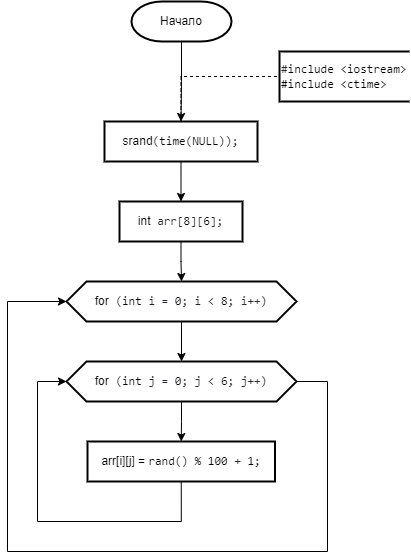
Earlier version of the draw.io export 2 Семестр/Labs/5 Лаба(Двумерные массивы)/Двумерные массивы.png (IlyaFedoseev227/LABS-PNRPU-IVT-22-1b). Source tidied: cells renumbered, new cells last; positions are measured from the earlier drawing's top-left corner, leaving out a move shared by most shapes.
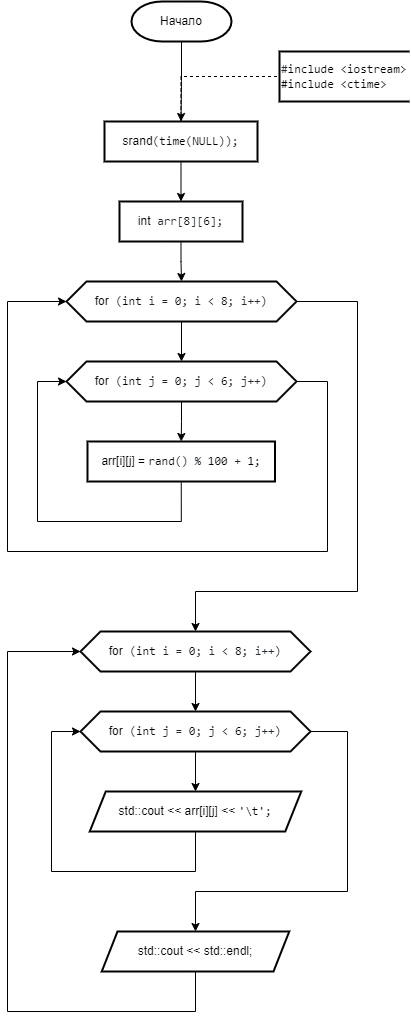
The same diagram one commit later.

Diff of the diagram source:
```diff
@@ -29,6 +29,15 @@
     <mxCell id="10" style="edgeStyle=orthogonalEdgeStyle;rounded=0;jettySize=auto;html=1;exitX=0.5;exitY=1;exitDx=0;exitDy=0;" parent="1" edge="1" source="11" target="14">
       <mxGeometry relative="1" as="geometry" />
     </mxCell>
+    <mxCell id="17" style="edgeStyle=orthogonalEdgeStyle;rounded=0;jettySize=auto;html=1;exitX=1;exitY=0.5;exitDx=0;exitDy=0;entryX=0.5;entryY=0;entryDx=0;entryDy=0;" parent="1" edge="1" source="11" target="19">
+      <mxGeometry relative="1" as="geometry">
+        <Array as="points">
+          <mxPoint x="350" y="300" />
+          <mxPoint x="350" y="590" />
+          <mxPoint x="188" y="590" />
+        </Array>
+      </mxGeometry>
+    </mxCell>
     <mxCell id="11" value="&lt;div style=&quot;text-align: start;&quot;&gt;for&lt;span style=&quot;color: rgb(36, 41, 47); font-family: ui-monospace, SFMono-Regular, &amp;quot;SF Mono&amp;quot;, Menlo, Consolas, &amp;quot;Liberation Mono&amp;quot;, monospace; background-color: rgb(255, 255, 255);&quot;&gt; (&lt;/span&gt;&lt;span style=&quot;box-sizing: border-box; color: var(--color-prettylights-syntax-keyword); font-family: ui-monospace, SFMono-Regular, &amp;quot;SF Mono&amp;quot;, Menlo, Consolas, &amp;quot;Liberation Mono&amp;quot;, monospace; background-color: rgb(255, 255, 255);&quot; class=&quot;pl-k&quot;&gt;int&lt;/span&gt;&lt;span style=&quot;color: rgb(36, 41, 47); font-family: ui-monospace, SFMono-Regular, &amp;quot;SF Mono&amp;quot;, Menlo, Consolas, &amp;quot;Liberation Mono&amp;quot;, monospace; background-color: rgb(255, 255, 255);&quot;&gt; i = &lt;/span&gt;&lt;span style=&quot;box-sizing: border-box; color: var(--color-prettylights-syntax-constant); font-family: ui-monospace, SFMono-Regular, &amp;quot;SF Mono&amp;quot;, Menlo, Consolas, &amp;quot;Liberation Mono&amp;quot;, monospace; background-color: rgb(255, 255, 255);&quot; class=&quot;pl-c1&quot;&gt;0&lt;/span&gt;&lt;span style=&quot;color: rgb(36, 41, 47); font-family: ui-monospace, SFMono-Regular, &amp;quot;SF Mono&amp;quot;, Menlo, Consolas, &amp;quot;Liberation Mono&amp;quot;, monospace; background-color: rgb(255, 255, 255);&quot;&gt;; i &amp;lt; &lt;/span&gt;&lt;span style=&quot;box-sizing: border-box; color: var(--color-prettylights-syntax-constant); font-family: ui-monospace, SFMono-Regular, &amp;quot;SF Mono&amp;quot;, Menlo, Consolas, &amp;quot;Liberation Mono&amp;quot;, monospace; background-color: rgb(255, 255, 255);&quot; class=&quot;pl-c1&quot;&gt;8&lt;/span&gt;&lt;span style=&quot;color: rgb(36, 41, 47); font-family: ui-monospace, SFMono-Regular, &amp;quot;SF Mono&amp;quot;, Menlo, Consolas, &amp;quot;Liberation Mono&amp;quot;, monospace; background-color: rgb(255, 255, 255);&quot;&gt;; i++)&lt;/span&gt;&lt;br&gt;&lt;/div&gt;" style="shape=hexagon;perimeter=hexagonPerimeter2;whiteSpace=wrap;html=1;fixedSize=1;strokeWidth=2;" parent="1" vertex="1">
       <mxGeometry x="59" y="280" width="230" height="40" as="geometry" />
     </mxCell>
@@ -60,5 +69,50 @@
     <mxCell id="16" value="&lt;div style=&quot;text-align: start;&quot;&gt;arr[i][j] = &lt;span style=&quot;box-sizing: border-box; color: var(--color-prettylights-syntax-constant); font-family: ui-monospace, SFMono-Regular, &amp;quot;SF Mono&amp;quot;, Menlo, Consolas, &amp;quot;Liberation Mono&amp;quot;, monospace; background-color: rgb(255, 255, 255);&quot; class=&quot;pl-c1&quot;&gt;rand&lt;/span&gt;&lt;span style=&quot;color: rgb(36, 41, 47); font-family: ui-monospace, SFMono-Regular, &amp;quot;SF Mono&amp;quot;, Menlo, Consolas, &amp;quot;Liberation Mono&amp;quot;, monospace; background-color: rgb(255, 255, 255);&quot;&gt;() % &lt;/span&gt;&lt;span style=&quot;box-sizing: border-box; color: var(--color-prettylights-syntax-constant); font-family: ui-monospace, SFMono-Regular, &amp;quot;SF Mono&amp;quot;, Menlo, Consolas, &amp;quot;Liberation Mono&amp;quot;, monospace; background-color: rgb(255, 255, 255);&quot; class=&quot;pl-c1&quot;&gt;100&lt;/span&gt;&lt;span style=&quot;color: rgb(36, 41, 47); font-family: ui-monospace, SFMono-Regular, &amp;quot;SF Mono&amp;quot;, Menlo, Consolas, &amp;quot;Liberation Mono&amp;quot;, monospace; background-color: rgb(255, 255, 255);&quot;&gt; + &lt;/span&gt;&lt;span style=&quot;box-sizing: border-box; color: var(--color-prettylights-syntax-constant); font-family: ui-monospace, SFMono-Regular, &amp;quot;SF Mono&amp;quot;, Menlo, Consolas, &amp;quot;Liberation Mono&amp;quot;, monospace; background-color: rgb(255, 255, 255);&quot; class=&quot;pl-c1&quot;&gt;1&lt;/span&gt;&lt;span style=&quot;color: rgb(36, 41, 47); font-family: ui-monospace, SFMono-Regular, &amp;quot;SF Mono&amp;quot;, Menlo, Consolas, &amp;quot;Liberation Mono&amp;quot;, monospace; background-color: rgb(255, 255, 255);&quot;&gt;;&lt;/span&gt;&lt;br&gt;&lt;/div&gt;" style="shape=parallelogram;perimeter=parallelogramPerimeter;whiteSpace=wrap;html=1;fixedSize=1;strokeWidth=2;size=-6;" parent="1" vertex="1">
       <mxGeometry x="80" y="440" width="187.5" height="40" as="geometry" />
     </mxCell>
+    <mxCell id="18" style="edgeStyle=orthogonalEdgeStyle;rounded=0;jettySize=auto;html=1;exitX=0.5;exitY=1;exitDx=0;exitDy=0;" parent="1" edge="1" source="19" target="22">
+      <mxGeometry relative="1" as="geometry" />
+    </mxCell>
+    <mxCell id="19" value="&lt;div style=&quot;text-align: start;&quot;&gt;for&lt;span style=&quot;color: rgb(36, 41, 47); font-family: ui-monospace, SFMono-Regular, &amp;quot;SF Mono&amp;quot;, Menlo, Consolas, &amp;quot;Liberation Mono&amp;quot;, monospace; background-color: rgb(255, 255, 255);&quot;&gt; (&lt;/span&gt;&lt;span style=&quot;box-sizing: border-box; color: var(--color-prettylights-syntax-keyword); font-family: ui-monospace, SFMono-Regular, &amp;quot;SF Mono&amp;quot;, Menlo, Consolas, &amp;quot;Liberation Mono&amp;quot;, monospace; background-color: rgb(255, 255, 255);&quot; class=&quot;pl-k&quot;&gt;int&lt;/span&gt;&lt;span style=&quot;color: rgb(36, 41, 47); font-family: ui-monospace, SFMono-Regular, &amp;quot;SF Mono&amp;quot;, Menlo, Consolas, &amp;quot;Liberation Mono&amp;quot;, monospace; background-color: rgb(255, 255, 255);&quot;&gt; i = &lt;/span&gt;&lt;span style=&quot;box-sizing: border-box; color: var(--color-prettylights-syntax-constant); font-family: ui-monospace, SFMono-Regular, &amp;quot;SF Mono&amp;quot;, Menlo, Consolas, &amp;quot;Liberation Mono&amp;quot;, monospace; background-color: rgb(255, 255, 255);&quot; class=&quot;pl-c1&quot;&gt;0&lt;/span&gt;&lt;span style=&quot;color: rgb(36, 41, 47); font-family: ui-monospace, SFMono-Regular, &amp;quot;SF Mono&amp;quot;, Menlo, Consolas, &amp;quot;Liberation Mono&amp;quot;, monospace; background-color: rgb(255, 255, 255);&quot;&gt;; i &amp;lt; &lt;/span&gt;&lt;span style=&quot;box-sizing: border-box; color: var(--color-prettylights-syntax-constant); font-family: ui-monospace, SFMono-Regular, &amp;quot;SF Mono&amp;quot;, Menlo, Consolas, &amp;quot;Liberation Mono&amp;quot;, monospace; background-color: rgb(255, 255, 255);&quot; class=&quot;pl-c1&quot;&gt;8&lt;/span&gt;&lt;span style=&quot;color: rgb(36, 41, 47); font-family: ui-monospace, SFMono-Regular, &amp;quot;SF Mono&amp;quot;, Menlo, Consolas, &amp;quot;Liberation Mono&amp;quot;, monospace; background-color: rgb(255, 255, 255);&quot;&gt;; i++)&lt;/span&gt;&lt;br&gt;&lt;/div&gt;" style="shape=hexagon;perimeter=hexagonPerimeter2;whiteSpace=wrap;html=1;fixedSize=1;strokeWidth=2;" parent="1" vertex="1">
+      <mxGeometry x="73" y="630" width="230" height="40" as="geometry" />
+    </mxCell>
+    <mxCell id="20" style="edgeStyle=orthogonalEdgeStyle;rounded=0;jettySize=auto;html=1;exitX=0.5;exitY=1;exitDx=0;exitDy=0;entryX=0.5;entryY=0;entryDx=0;entryDy=0;" parent="1" edge="1" source="22" target="24">
+      <mxGeometry relative="1" as="geometry" />
+    </mxCell>
+    <mxCell id="21" style="edgeStyle=orthogonalEdgeStyle;rounded=0;jettySize=auto;html=1;exitX=1;exitY=0.5;exitDx=0;exitDy=0;entryX=0.5;entryY=0;entryDx=0;entryDy=0;" parent="1" edge="1" source="22" target="26">
+      <mxGeometry relative="1" as="geometry">
+        <Array as="points">
+          <mxPoint x="340" y="730" />
+          <mxPoint x="340" y="890" />
+          <mxPoint x="188" y="890" />
+        </Array>
+      </mxGeometry>
+    </mxCell>
+    <mxCell id="22" value="&lt;div style=&quot;text-align: start;&quot;&gt;for&lt;span style=&quot;color: rgb(36, 41, 47); font-family: ui-monospace, SFMono-Regular, &amp;quot;SF Mono&amp;quot;, Menlo, Consolas, &amp;quot;Liberation Mono&amp;quot;, monospace; background-color: rgb(255, 255, 255);&quot;&gt; (&lt;/span&gt;&lt;span style=&quot;box-sizing: border-box; color: var(--color-prettylights-syntax-keyword); font-family: ui-monospace, SFMono-Regular, &amp;quot;SF Mono&amp;quot;, Menlo, Consolas, &amp;quot;Liberation Mono&amp;quot;, monospace; background-color: rgb(255, 255, 255);&quot; class=&quot;pl-k&quot;&gt;int&lt;/span&gt;&lt;span style=&quot;color: rgb(36, 41, 47); font-family: ui-monospace, SFMono-Regular, &amp;quot;SF Mono&amp;quot;, Menlo, Consolas, &amp;quot;Liberation Mono&amp;quot;, monospace; background-color: rgb(255, 255, 255);&quot;&gt; j = &lt;/span&gt;&lt;span style=&quot;box-sizing: border-box; color: var(--color-prettylights-syntax-constant); font-family: ui-monospace, SFMono-Regular, &amp;quot;SF Mono&amp;quot;, Menlo, Consolas, &amp;quot;Liberation Mono&amp;quot;, monospace; background-color: rgb(255, 255, 255);&quot; class=&quot;pl-c1&quot;&gt;0&lt;/span&gt;&lt;span style=&quot;color: rgb(36, 41, 47); font-family: ui-monospace, SFMono-Regular, &amp;quot;SF Mono&amp;quot;, Menlo, Consolas, &amp;quot;Liberation Mono&amp;quot;, monospace; background-color: rgb(255, 255, 255);&quot;&gt;; j &amp;lt; &lt;/span&gt;&lt;span style=&quot;box-sizing: border-box; color: var(--color-prettylights-syntax-constant); font-family: ui-monospace, SFMono-Regular, &amp;quot;SF Mono&amp;quot;, Menlo, Consolas, &amp;quot;Liberation Mono&amp;quot;, monospace; background-color: rgb(255, 255, 255);&quot; class=&quot;pl-c1&quot;&gt;6&lt;/span&gt;&lt;span style=&quot;color: rgb(36, 41, 47); font-family: ui-monospace, SFMono-Regular, &amp;quot;SF Mono&amp;quot;, Menlo, Consolas, &amp;quot;Liberation Mono&amp;quot;, monospace; background-color: rgb(255, 255, 255);&quot;&gt;; j++)&lt;/span&gt;&lt;br&gt;&lt;/div&gt;" style="shape=hexagon;perimeter=hexagonPerimeter2;whiteSpace=wrap;html=1;fixedSize=1;strokeWidth=2;" parent="1" vertex="1">
+      <mxGeometry x="73" y="710" width="230" height="40" as="geometry" />
+    </mxCell>
+    <mxCell id="23" style="edgeStyle=orthogonalEdgeStyle;rounded=0;jettySize=auto;html=1;exitX=0.5;exitY=1;exitDx=0;exitDy=0;entryX=0;entryY=0.5;entryDx=0;entryDy=0;" parent="1" edge="1" source="24" target="22">
+      <mxGeometry relative="1" as="geometry">
+        <Array as="points">
+          <mxPoint x="188" y="870" />
+          <mxPoint x="44" y="870" />
+          <mxPoint x="44" y="730" />
+        </Array>
+      </mxGeometry>
+    </mxCell>
+    <mxCell id="24" value="&lt;div style=&quot;text-align: start;&quot;&gt;std::cout &amp;lt;&amp;lt; arr[i][j] &amp;lt;&amp;lt; &lt;span style=&quot;box-sizing: border-box; color: var(--color-prettylights-syntax-string); font-family: ui-monospace, SFMono-Regular, &amp;quot;SF Mono&amp;quot;, Menlo, Consolas, &amp;quot;Liberation Mono&amp;quot;, monospace; background-color: rgb(255, 255, 255);&quot; class=&quot;pl-s&quot;&gt;&lt;span style=&quot;box-sizing: border-box; color: var(--color-prettylights-syntax-string);&quot; class=&quot;pl-pds&quot;&gt;'&lt;/span&gt;&lt;span style=&quot;box-sizing: border-box;&quot; class=&quot;pl-cce&quot;&gt;\t&lt;/span&gt;&lt;span style=&quot;box-sizing: border-box; color: var(--color-prettylights-syntax-string);&quot; class=&quot;pl-pds&quot;&gt;'&lt;/span&gt;&lt;/span&gt;&lt;span style=&quot;color: rgb(36, 41, 47); font-family: ui-monospace, SFMono-Regular, &amp;quot;SF Mono&amp;quot;, Menlo, Consolas, &amp;quot;Liberation Mono&amp;quot;, monospace; background-color: rgb(255, 255, 255);&quot;&gt;;&lt;/span&gt;&lt;br&gt;&lt;/div&gt;" style="shape=parallelogram;perimeter=parallelogramPerimeter;whiteSpace=wrap;html=1;fixedSize=1;strokeWidth=2;size=16;" parent="1" vertex="1">
+      <mxGeometry x="82.2" y="790" width="211.5" height="40" as="geometry" />
+    </mxCell>
+    <mxCell id="25" style="edgeStyle=orthogonalEdgeStyle;rounded=0;jettySize=auto;html=1;exitX=0.5;exitY=1;exitDx=0;exitDy=0;entryX=0;entryY=0.5;entryDx=0;entryDy=0;" parent="1" edge="1" source="26" target="19">
+      <mxGeometry relative="1" as="geometry">
+        <Array as="points">
+          <mxPoint x="188" y="1010" />
+          <mxPoint y="1010" />
+          <mxPoint y="650" />
+        </Array>
+      </mxGeometry>
+    </mxCell>
+    <mxCell id="26" value="&lt;div style=&quot;text-align: start;&quot;&gt;std::cout &amp;lt;&amp;lt; std::endl;&lt;br&gt;&lt;/div&gt;" style="shape=parallelogram;perimeter=parallelogramPerimeter;whiteSpace=wrap;html=1;fixedSize=1;strokeWidth=2;size=15.75;" parent="1" vertex="1">
+      <mxGeometry x="94.2" y="930" width="187.5" height="40" as="geometry" />
+    </mxCell>
   </root>
 </mxGraphModel>
```
